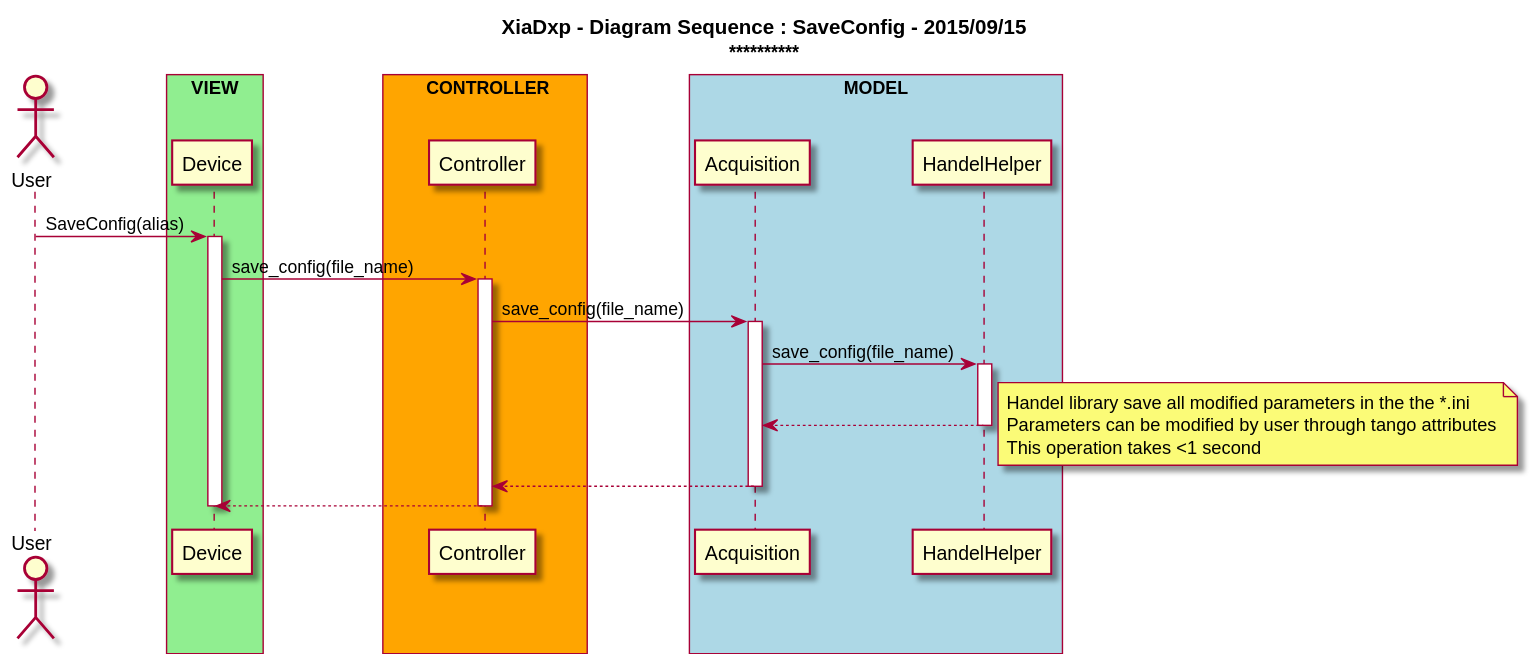
The PlantUML diagram uml/diagram_sequence_save_config_file_1.svg in anoureddine/XiaDxp, before a commit. Its source is kept beside it as uml/diagram_sequence_save_config_file_1.puml.
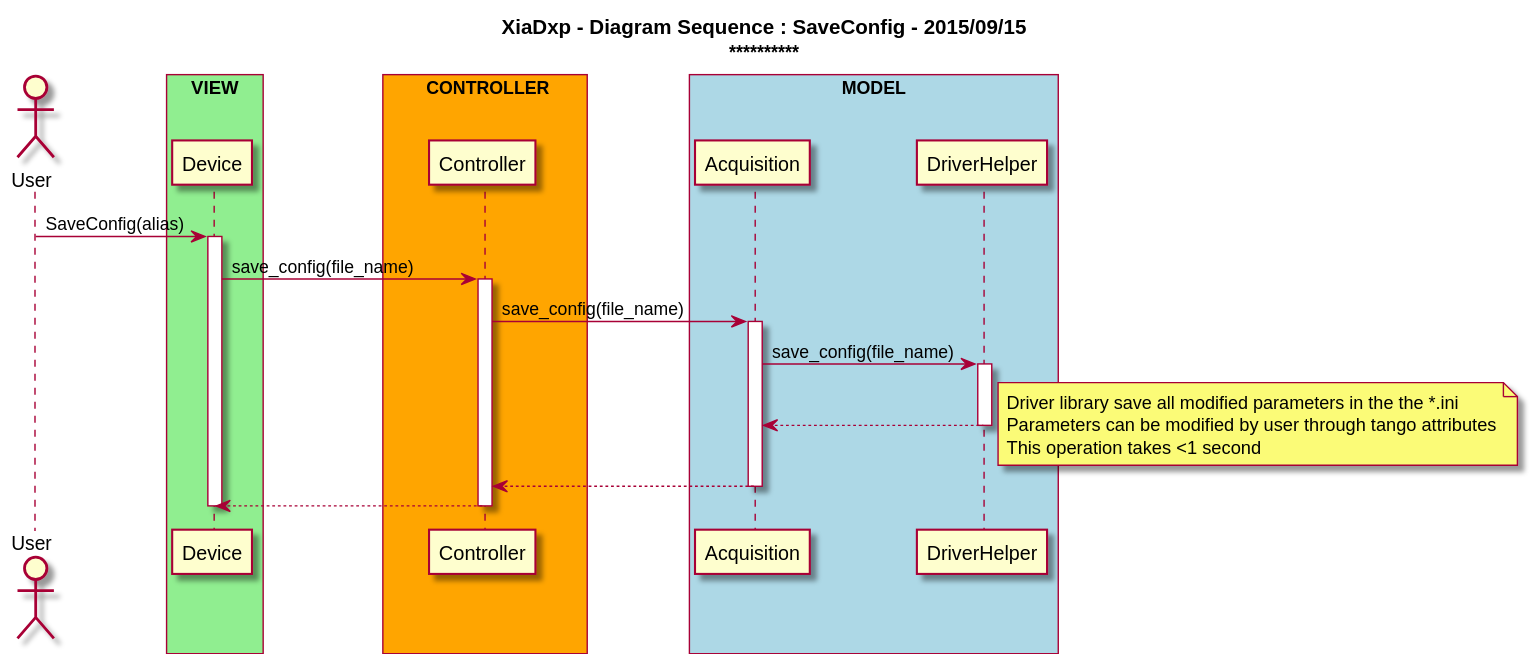
Later version of the same file.

What changed in the source:
```diff
@@ -13,10 +13,10 @@
 end box
 
 participant "Acquisition" as Acq
-participant "HandelHelper" as Handel
+participant "DriverHelper" as Driver
 box "MODEL" #LightBlue
 	participant Acq
-	participant Handel
+	participant Driver
 end box
 
 User -> Device: SaveConfig(alias)
@@ -29,14 +29,14 @@
 Ctrl -> Acq : save_config(file_name)
 activate Acq
 
-Acq -> Handel : save_config(file_name)
-activate Handel
+Acq -> Driver : save_config(file_name)
+activate Driver
 
-Handel --> Acq
-deactivate Handel
+Driver --> Acq
+deactivate Driver
 
 note right
-        Handel library save all modified parameters in the the *.ini
+        Driver library save all modified parameters in the the *.ini
         Parameters can be modified by user through tango attributes
         This operation takes <1 second
 end note
```
